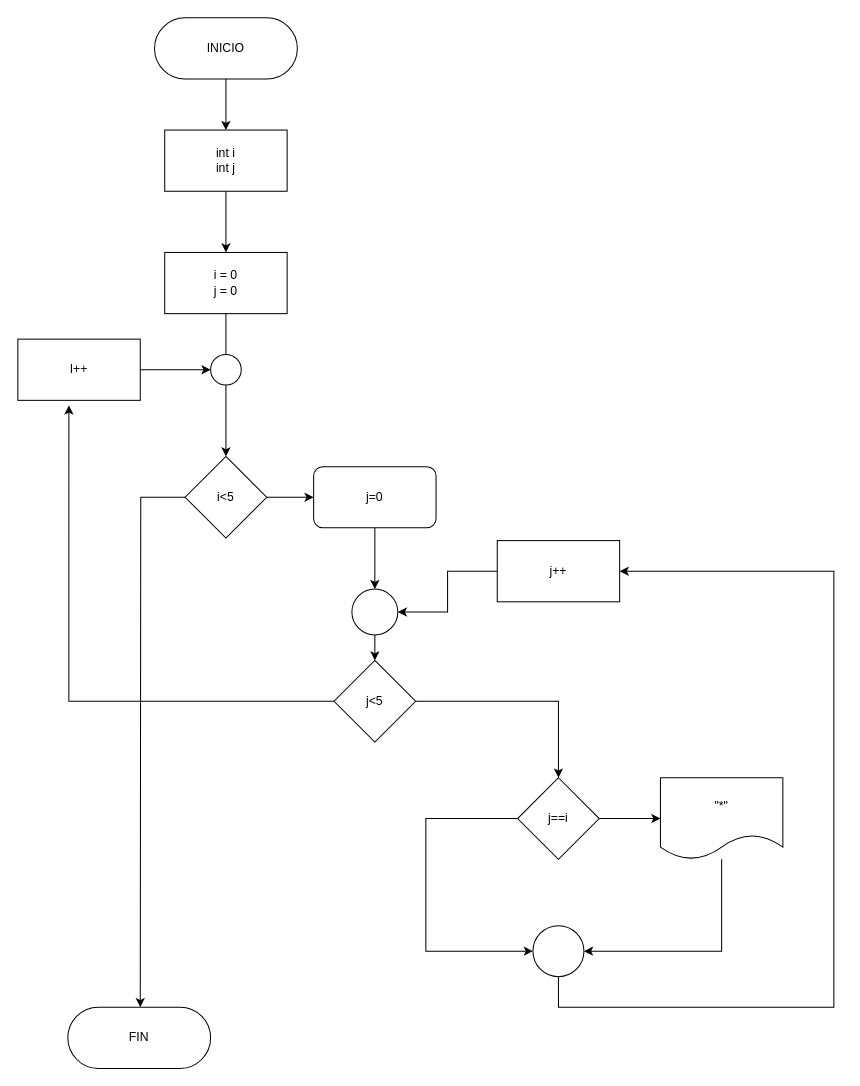
Earlier version of the draw.io diagram Ejercicio 01.drawio (Fran2109/Algoritmos_y_Estructuras_de_Datos). Source tidied: cells renumbered, new cells numbered last; positions are measured from the earlier drawing's top-left corner, leaving out a move shared by most shapes. Both pictures are drawn from the tidied source at 102%, with x=0, y=0 at pixel (17, 17).
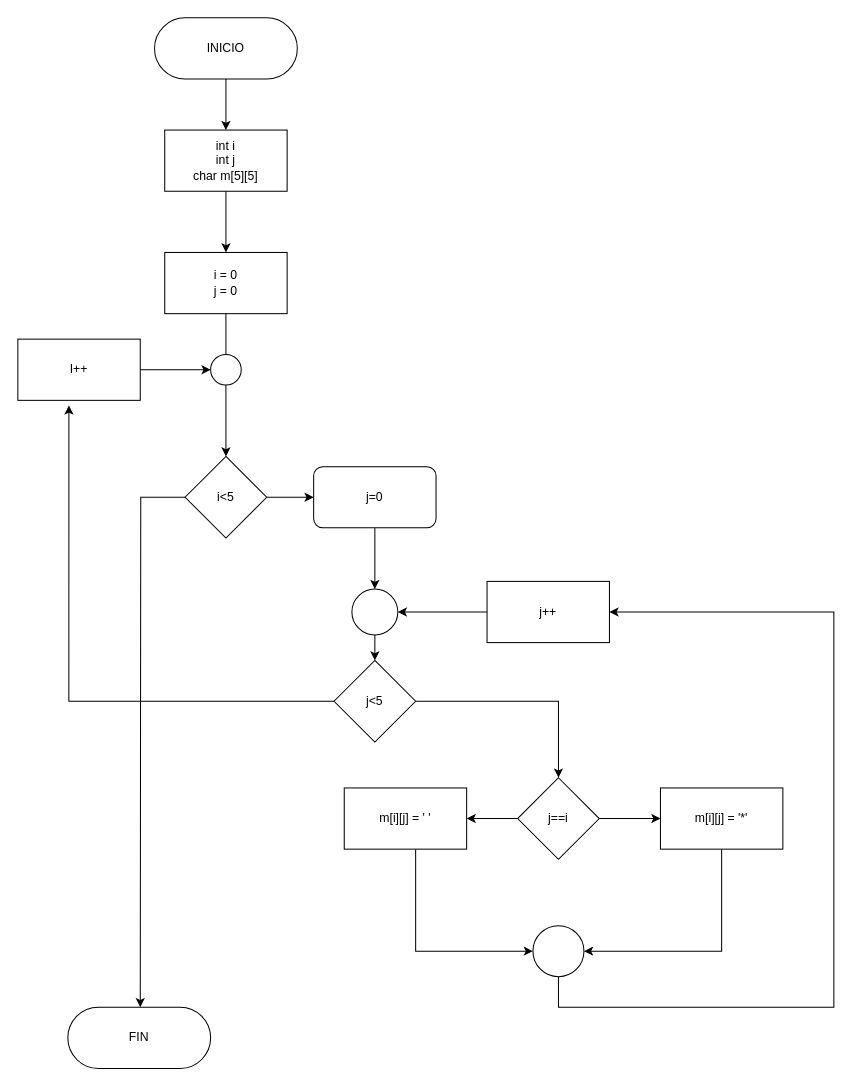
Above is the later version.

The change refers to these unchanged cells:
```xml
<mxCell id="18" value="j==i" style="rhombus;whiteSpace=wrap;html=1;rounded=0;" parent="1" vertex="1">
  <mxGeometry x="490" y="745" width="80" height="80" as="geometry" />
</mxCell>
<mxCell id="24" style="ellipse;whiteSpace=wrap;html=1;" parent="1" vertex="1">
  <mxGeometry x="505" y="890" width="50" height="50" as="geometry" />
</mxCell>
```

What changed in the source:
```diff
@@
-    <mxCell id="5" value="int i&lt;br&gt;int j" style="rounded=0;whiteSpace=wrap;html=1;" parent="1" vertex="1">
+    <mxCell id="5" value="int i&lt;br&gt;int j&lt;br&gt;char m[5][5]" style="rounded=0;whiteSpace=wrap;html=1;" parent="1" vertex="1">
       <mxGeometry x="144" y="110" width="120" height="60" as="geometry" />
     </mxCell>
@@
-    <mxCell id="16" style="edgeStyle=orthogonalEdgeStyle;rounded=0;jettySize=auto;html=1;" parent="1" edge="1" source="18" target="20">
-      <mxGeometry relative="1" as="geometry" />
+    <mxCell id="16" style="edgeStyle=orthogonalEdgeStyle;rounded=0;jettySize=auto;html=1;" parent="1" edge="1" source="18">
+      <mxGeometry relative="1" as="geometry">
+        <mxPoint x="630" y="785" as="targetPoint" />
+      </mxGeometry>
     </mxCell>
-    <mxCell id="17" style="edgeStyle=orthogonalEdgeStyle;rounded=0;jettySize=auto;html=1;entryX=0;entryY=0.5;entryDx=0;entryDy=0;" parent="1" edge="1" source="18" target="24">
-      <mxGeometry relative="1" as="geometry">
-        <Array as="points">
-          <mxPoint x="400" y="785" />
-          <mxPoint x="400" y="915" />
-        </Array>
-      </mxGeometry>
-    </mxCell>
+    <mxCell id="32" style="edgeStyle=orthogonalEdgeStyle;rounded=0;jettySize=auto;html=1;entryX=1;entryY=0.5;entryDx=0;entryDy=0;" parent="1" edge="1" source="18" target="35">
+      <mxGeometry relative="1" as="geometry" />
+    </mxCell>
@@
-    <mxCell id="19" style="edgeStyle=orthogonalEdgeStyle;rounded=0;jettySize=auto;html=1;entryX=1;entryY=0.5;entryDx=0;entryDy=0;" parent="1" edge="1" source="20" target="24">
+    <mxCell id="19" style="edgeStyle=orthogonalEdgeStyle;rounded=0;jettySize=auto;html=1;entryX=1;entryY=0.5;entryDx=0;entryDy=0;" parent="1" edge="1" source="33" target="24">
       <mxGeometry relative="1" as="geometry">
         <Array as="points">
           <mxPoint x="690" y="915" />
         </Array>
       </mxGeometry>
     </mxCell>
-    <mxCell id="20" value="&quot;*&quot;" style="shape=document;whiteSpace=wrap;html=1;boundedLbl=1;" parent="1" vertex="1">
-      <mxGeometry x="630" y="745" width="120" height="80" as="geometry" />
-    </mxCell>
@@
     <mxCell id="22" value="j++" style="rounded=0;whiteSpace=wrap;html=1;" parent="1" vertex="1">
-      <mxGeometry x="470" y="512.5" width="120" height="60" as="geometry" />
+      <mxGeometry x="460" y="552.5" width="120" height="60" as="geometry" />
     </mxCell>
     <mxCell id="23" style="edgeStyle=orthogonalEdgeStyle;rounded=0;jettySize=auto;html=1;entryX=1;entryY=0.5;entryDx=0;entryDy=0;" parent="1" edge="1" source="24" target="22">
       <mxGeometry relative="1" as="geometry">
         <Array as="points">
           <mxPoint x="530" y="970" />
           <mxPoint x="800" y="970" />
-          <mxPoint x="800" y="543" />
+          <mxPoint x="800" y="583" />
         </Array>
       </mxGeometry>
     </mxCell>
@@
+    <mxCell id="33" value="m[i][j] = '*'" style="rounded=0;whiteSpace=wrap;html=1;" parent="1" vertex="1">
+      <mxGeometry x="630" y="755" width="120" height="60" as="geometry" />
+    </mxCell>
+    <mxCell id="34" style="edgeStyle=orthogonalEdgeStyle;rounded=0;jettySize=auto;html=1;entryX=0;entryY=0.5;entryDx=0;entryDy=0;" parent="1" edge="1" source="35" target="24">
+      <mxGeometry relative="1" as="geometry">
+        <Array as="points">
+          <mxPoint x="390" y="915" />
+        </Array>
+      </mxGeometry>
+    </mxCell>
+    <mxCell id="35" value="m[i][j] = ' '" style="rounded=0;whiteSpace=wrap;html=1;" parent="1" vertex="1">
+      <mxGeometry x="320" y="755" width="120" height="60" as="geometry" />
+    </mxCell>
```
